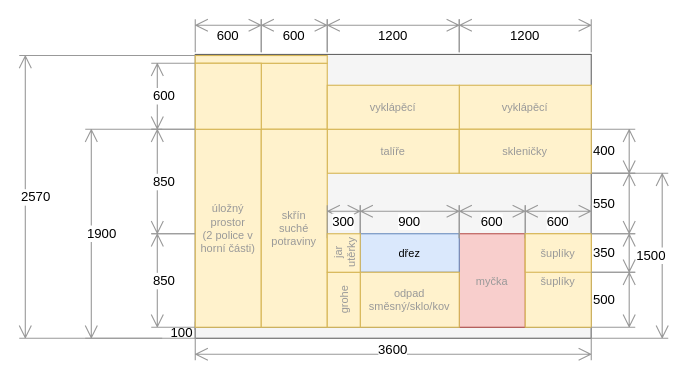
This is docs/src/static/drawings/kitchen.wall-watter.drawio from surquest/flat-renovation, a draw.io file, before an edit. Source tidied: cells renumbered, new cells numbered last; positions are measured from the earlier drawing's top-left corner, leaving out a move shared by most shapes. Both pictures are drawn from the tidied source at 110%, with x=0, y=0 at pixel (19, 19).
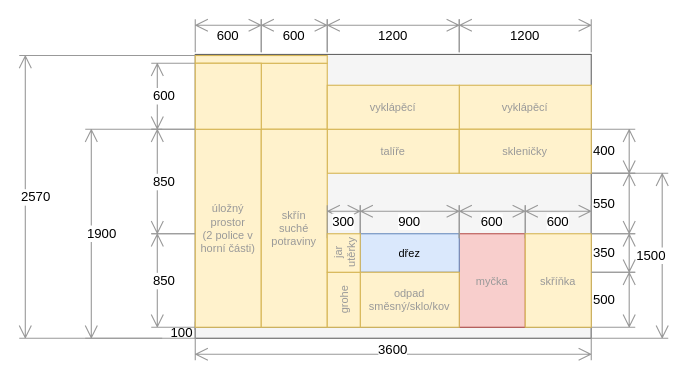
After the change.

Change to the diagram source:
```diff
@@
-    <mxCell id="25" value="šuplíky" style="rounded=0;whiteSpace=wrap;html=1;fillColor=#fff2cc;strokeColor=#d6b656;fontColor=#999999;fontSize=10;" parent="1" vertex="1">
-      <mxGeometry x="460" y="195" width="60" height="85" as="geometry" />
-    </mxCell>
@@
-    <mxCell id="36" value="šuplíky" style="rounded=0;whiteSpace=wrap;html=1;fillColor=#fff2cc;strokeColor=#d6b656;fontColor=#999999;fontSize=10;" parent="1" vertex="1">
-      <mxGeometry x="460" y="195" width="60" height="35" as="geometry" />
+    <mxCell id="36" value="skříňka" style="rounded=0;whiteSpace=wrap;html=1;fillColor=#fff2cc;strokeColor=#d6b656;fontColor=#999999;fontSize=10;" parent="1" vertex="1">
+      <mxGeometry x="460" y="195" width="60" height="85" as="geometry" />
     </mxCell>
```
